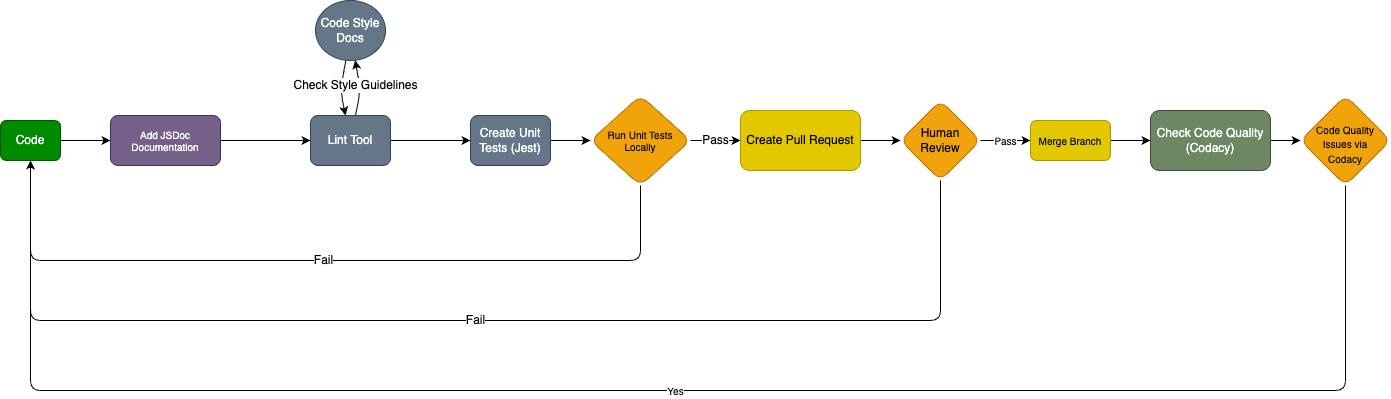
The draw.io diagram admin/cipipeline/phase1.drawio.png in cse110-sp24-group10/cse110-sp24-group10, before a commit. Source tidied: cells renumbered, new cells last; positions are measured from the earlier drawing's top-left corner, leaving out a move shared by most shapes.
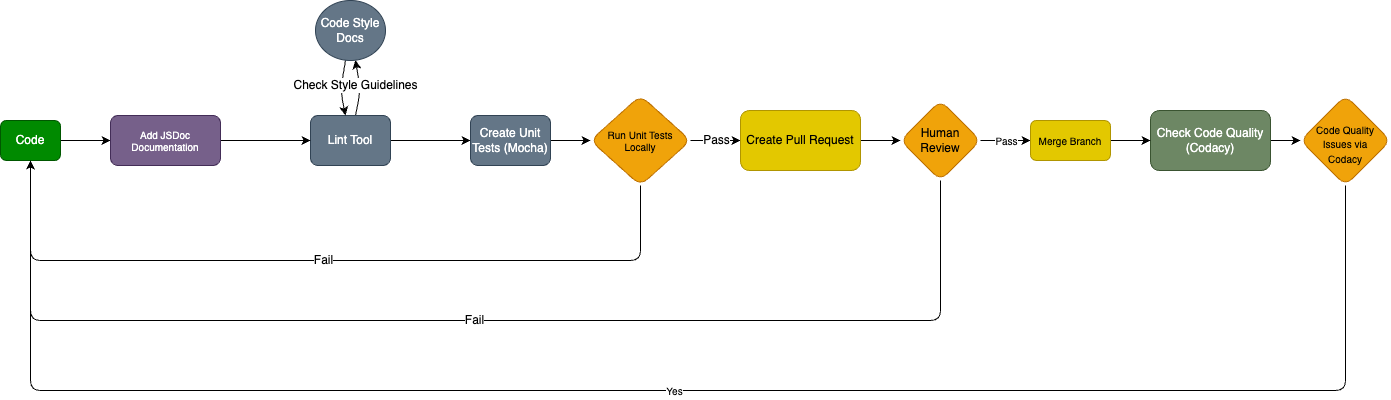
The same file after the commit.

The edit, as a diff of the source:
```diff
@@ -37,7 +37,7 @@
     <mxCell id="10" style="edgeStyle=none;html=1;" parent="1" edge="1" source="11" target="14">
       <mxGeometry relative="1" as="geometry" />
     </mxCell>
-    <mxCell id="11" value="Create Unit Tests (Jest)" style="whiteSpace=wrap;html=1;fillColor=#647687;strokeColor=#314354;fontColor=#ffffff;rounded=1;" parent="1" vertex="1">
+    <mxCell id="11" value="Create Unit Tests (Mocha)" style="whiteSpace=wrap;html=1;fillColor=#647687;strokeColor=#314354;fontColor=#ffffff;rounded=1;" parent="1" vertex="1">
       <mxGeometry x="470" y="115" width="80" height="50" as="geometry" />
     </mxCell>
     <mxCell id="12" value="Pass" style="edgeStyle=none;html=1;fontSize=12;" parent="1" edge="1" source="14" target="16">
```
